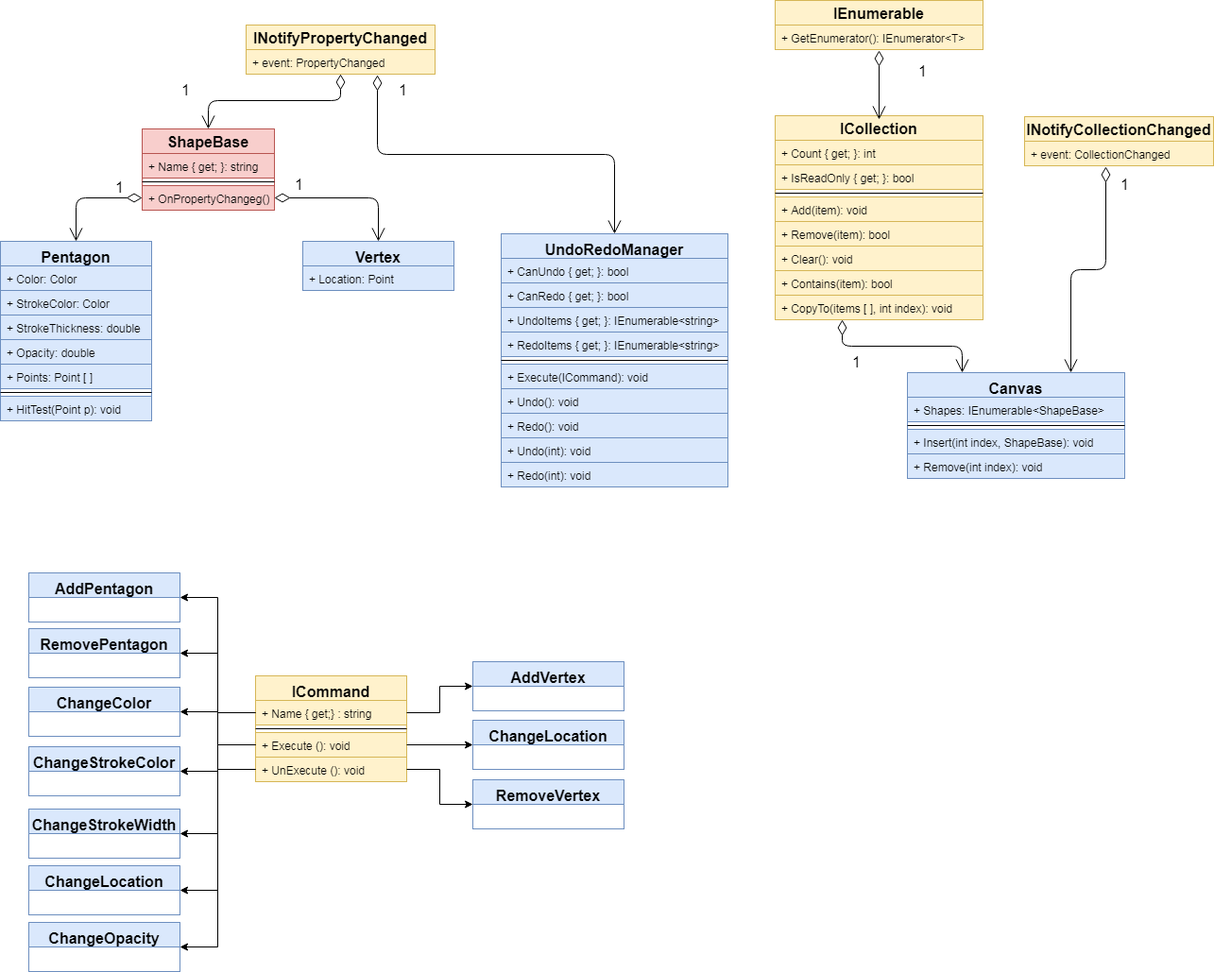
Earlier version of the draw.io export Images/Task2/uml.png (Lenkelheit/Platform_Of_Corporate_Information_Systems). Source tidied: cells renumbered, new cells last; positions are measured from the earlier drawing's top-left corner, leaving out a move shared by most shapes.
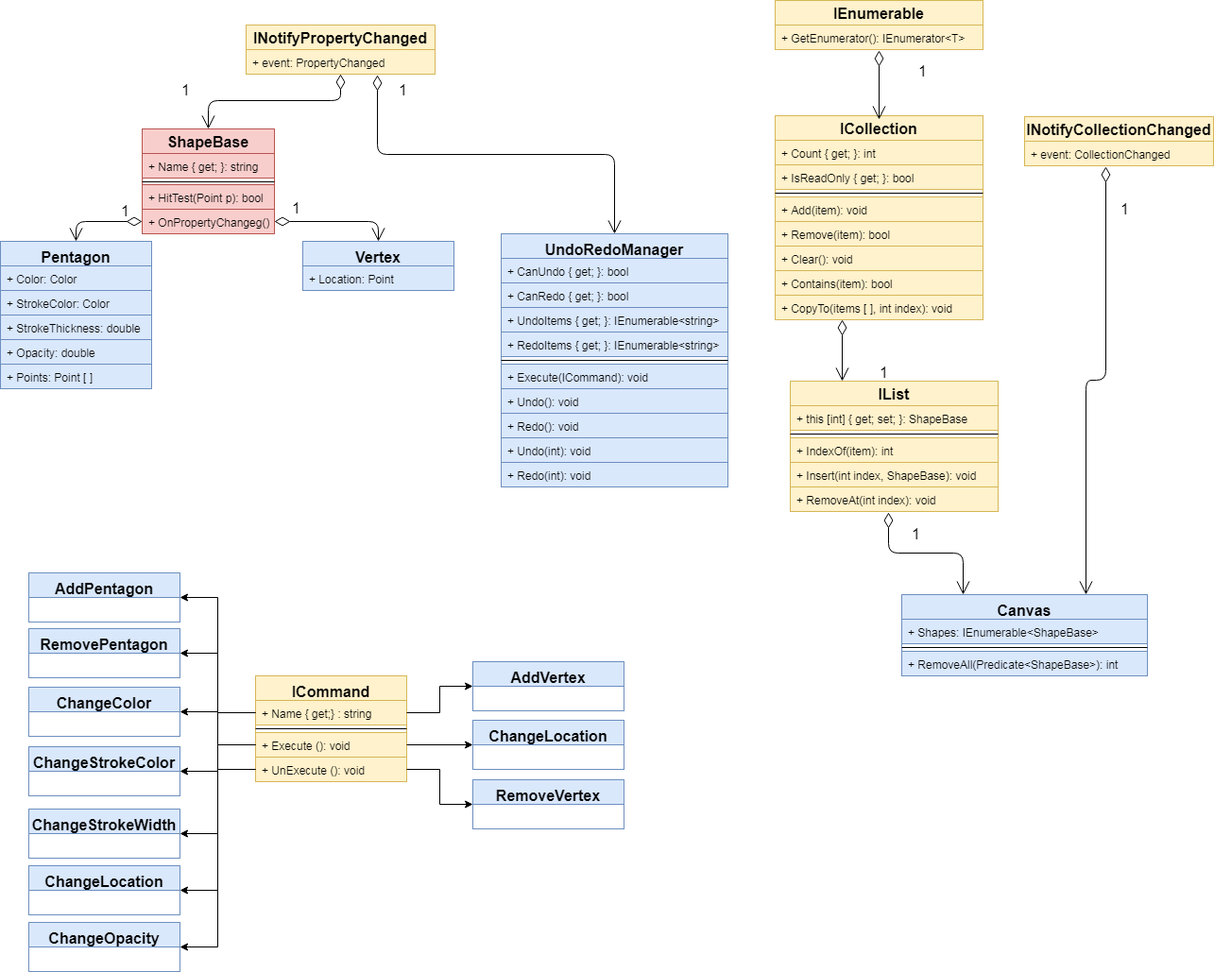
After the commit.

Change to the diagram source:
```diff
@@ -26,10 +26,10 @@
       </mxGeometry>
     </mxCell>
     <mxCell id="8" value="+ OnPropertyChangeg()" style="text;strokeColor=#b85450;fillColor=#f8cecc;align=left;verticalAlign=top;spacingLeft=4;spacingRight=4;overflow=hidden;points=[[0,0.5],[1,0.5]];portConstraint=eastwest;" parent="1" vertex="1">
-      <mxGeometry x="150" y="196" width="140" height="26" as="geometry" />
+      <mxGeometry x="150" y="221" width="140" height="26" as="geometry" />
     </mxCell>
     <mxCell id="9" value="Pentagon" style="swimlane;fontStyle=1;align=center;verticalAlign=top;horizontal=1;startSize=26;swimlaneFillColor=#ffffff;strokeColor=#6c8ebf;strokeWidth=1;fontSize=16;fontColor=#000000;fillColor=#dae8fc;" parent="1" vertex="1">
-      <mxGeometry y="255" width="160" height="190" as="geometry" />
+      <mxGeometry y="255" width="160" height="156" as="geometry" />
     </mxCell>
     <mxCell id="10" value="+ Color: Color" style="text;strokeColor=#6c8ebf;fillColor=#dae8fc;align=left;verticalAlign=top;spacingLeft=4;spacingRight=4;overflow=hidden;" parent="9" vertex="1">
       <mxGeometry y="26" width="160" height="26" as="geometry" />
@@ -46,12 +46,6 @@
     <mxCell id="14" value="+ Points: Point [ ]" style="text;strokeColor=#6c8ebf;fillColor=#dae8fc;align=left;verticalAlign=top;spacingLeft=4;spacingRight=4;overflow=hidden;" parent="9" vertex="1">
       <mxGeometry y="130" width="160" height="26" as="geometry" />
     </mxCell>
-    <mxCell id="15" style="line;strokeWidth=1;fillColor=none;align=left;verticalAlign=middle;spacingTop=-1;spacingLeft=3;spacingRight=3;labelPosition=right;" parent="9" vertex="1">
-      <mxGeometry y="156" width="160" height="8" as="geometry" />
-    </mxCell>
-    <mxCell id="16" value="+ HitTest(Point p): void" style="text;strokeColor=#6c8ebf;fillColor=#dae8fc;align=left;verticalAlign=top;spacingLeft=4;spacingRight=4;overflow=hidden;" parent="9" vertex="1">
-      <mxGeometry y="164" width="160" height="26" as="geometry" />
-    </mxCell>
     <mxCell id="17" value="Vertex" style="swimlane;fontStyle=1;align=center;verticalAlign=top;horizontal=1;startSize=26;swimlaneFillColor=#ffffff;strokeColor=#6c8ebf;strokeWidth=1;fontSize=16;fontColor=#000000;fillColor=#dae8fc;" parent="1" vertex="1">
       <mxGeometry x="320" y="255" width="160" height="52" as="geometry" />
     </mxCell>
@@ -145,24 +139,21 @@
       <mxGeometry y="26" width="200" height="26" as="geometry" />
     </mxCell>
     <mxCell id="47" value="Canvas" style="swimlane;fontStyle=1;align=center;verticalAlign=top;horizontal=1;startSize=26;swimlaneFillColor=#ffffff;strokeColor=#6c8ebf;strokeWidth=1;fontSize=16;fontColor=#000000;fillColor=#dae8fc;" parent="1" vertex="1">
-      <mxGeometry x="960" y="394" width="230" height="112" as="geometry" />
+      <mxGeometry x="954" y="629" width="260" height="86" as="geometry" />
     </mxCell>
     <mxCell id="48" value="+ Shapes: IEnumerable&lt;ShapeBase&gt;" style="text;strokeColor=#6c8ebf;fillColor=#dae8fc;align=left;verticalAlign=top;spacingLeft=4;spacingRight=4;overflow=hidden;" parent="47" vertex="1">
-      <mxGeometry y="26" width="230" height="26" as="geometry" />
+      <mxGeometry y="26" width="260" height="26" as="geometry" />
     </mxCell>
     <mxCell id="49" style="line;strokeWidth=1;fillColor=none;align=left;verticalAlign=middle;spacingTop=-1;spacingLeft=3;spacingRight=3;labelPosition=right;" parent="47" vertex="1">
-      <mxGeometry y="52" width="230" height="8" as="geometry" />
+      <mxGeometry y="52" width="260" height="8" as="geometry" />
     </mxCell>
-    <mxCell id="50" value="+ Insert(int index, ShapeBase): void" style="text;strokeColor=#6c8ebf;fillColor=#dae8fc;align=left;verticalAlign=top;spacingLeft=4;spacingRight=4;overflow=hidden;" parent="47" vertex="1">
-      <mxGeometry y="60" width="230" height="26" as="geometry" />
+    <mxCell id="50" value="+ RemoveAll(Predicate&lt;ShapeBase&gt;): int" style="text;strokeColor=#6c8ebf;fillColor=#dae8fc;align=left;verticalAlign=top;spacingLeft=4;spacingRight=4;overflow=hidden;" parent="47" vertex="1">
+      <mxGeometry y="60" width="260" height="26" as="geometry" />
     </mxCell>
-    <mxCell id="51" value="+ Remove(int index): void" style="text;strokeColor=#6c8ebf;fillColor=#dae8fc;align=left;verticalAlign=top;spacingLeft=4;spacingRight=4;overflow=hidden;" parent="47" vertex="1">
-      <mxGeometry y="86" width="230" height="26" as="geometry" />
-    </mxCell>
     <mxCell id="52" value="1" style="endArrow=open;html=1;endSize=12;startArrow=diamondThin;startSize=14;startFill=0;edgeStyle=orthogonalEdgeStyle;align=left;verticalAlign=bottom;fontSize=16;fontColor=#000000;exitX=0.43;exitY=1.038;exitPerimeter=0;entryX=0.75;entryY=0;" parent="1" edge="1" source="46" target="47">
       <mxGeometry x="-0.76" y="14" relative="1" as="geometry" />
     </mxCell>
-    <mxCell id="53" value="1" style="endArrow=open;html=1;endSize=12;startArrow=diamondThin;startSize=14;startFill=0;edgeStyle=orthogonalEdgeStyle;align=left;verticalAlign=bottom;fontSize=16;fontColor=#000000;entryX=0.25;entryY=0;exitX=0.323;exitY=1;exitPerimeter=0;" parent="1" edge="1" source="43" target="47">
+    <mxCell id="53" value="1" style="endArrow=open;html=1;endSize=12;startArrow=diamondThin;startSize=14;startFill=0;edgeStyle=orthogonalEdgeStyle;align=left;verticalAlign=bottom;fontSize=16;fontColor=#000000;entryX=0.25;entryY=0;exitX=0.323;exitY=1;exitPerimeter=0;" parent="1" edge="1" source="43" target="79">
       <mxGeometry x="-0.69" y="29" relative="1" as="geometry">
         <mxPoint x="9" y="57" as="offset" />
       </mxGeometry>
@@ -242,5 +233,29 @@
     <mxCell id="78" style="edgeStyle=orthogonalEdgeStyle;rounded=0;html=1;exitX=0;exitY=0.5;entryX=1;entryY=0.5;jettySize=auto;fontSize=16;fontColor=#000000;" parent="1" edge="1" source="58" target="65">
       <mxGeometry relative="1" as="geometry" />
     </mxCell>
+    <mxCell id="79" value="IList" style="swimlane;fontStyle=1;horizontal=1;startSize=26;fillColor=#fff2cc;swimlaneFillColor=#ffffff;strokeColor=#d6b656;strokeWidth=1;fontSize=16;fontColor=#000000;" parent="1" vertex="1">
+      <mxGeometry x="836" y="403" width="220" height="138" as="geometry" />
+    </mxCell>
+    <mxCell id="80" value="+ this [int] { get; set; }: ShapeBase" style="text;strokeColor=#d6b656;fillColor=#fff2cc;align=left;verticalAlign=top;spacingLeft=4;spacingRight=4;overflow=hidden;" parent="79" vertex="1">
+      <mxGeometry y="26" width="220" height="26" as="geometry" />
+    </mxCell>
+    <mxCell id="81" style="line;strokeWidth=1;fillColor=none;align=left;verticalAlign=middle;spacingTop=-1;spacingLeft=3;spacingRight=3;labelPosition=right;fontSize=16;fontColor=#000000;" parent="79" vertex="1">
+      <mxGeometry y="52" width="220" height="8" as="geometry" />
+    </mxCell>
+    <mxCell id="82" value="+ IndexOf(item): int" style="text;strokeColor=#d6b656;fillColor=#fff2cc;align=left;verticalAlign=top;spacingLeft=4;spacingRight=4;overflow=hidden;" parent="79" vertex="1">
+      <mxGeometry y="60" width="220" height="26" as="geometry" />
+    </mxCell>
+    <mxCell id="83" value="+ Insert(int index, ShapeBase): void" style="text;strokeColor=#d6b656;fillColor=#fff2cc;align=left;verticalAlign=top;spacingLeft=4;spacingRight=4;overflow=hidden;" parent="79" vertex="1">
+      <mxGeometry y="86" width="220" height="26" as="geometry" />
+    </mxCell>
+    <mxCell id="84" value="+ RemoveAt(int index): void" style="text;strokeColor=#d6b656;fillColor=#fff2cc;align=left;verticalAlign=top;spacingLeft=4;spacingRight=4;overflow=hidden;points=[[0,0.5],[1,0.5]];portConstraint=eastwest;" parent="79" vertex="1">
+      <mxGeometry y="112" width="220" height="26" as="geometry" />
+    </mxCell>
+    <mxCell id="85" value="1" style="endArrow=open;html=1;endSize=12;startArrow=diamondThin;startSize=14;startFill=0;edgeStyle=orthogonalEdgeStyle;align=left;verticalAlign=bottom;fontSize=16;fontColor=#000000;exitX=0.473;exitY=1.038;exitPerimeter=0;entryX=0.25;entryY=0;" parent="1" edge="1" source="84" target="47">
+      <mxGeometry x="-0.21" y="9" relative="1" as="geometry" />
+    </mxCell>
+    <mxCell id="86" value="+ HitTest(Point p): bool" style="text;strokeColor=#b85450;fillColor=#f8cecc;align=left;verticalAlign=top;spacingLeft=4;spacingRight=4;overflow=hidden;" parent="1" vertex="1">
+      <mxGeometry x="150" y="195" width="140" height="26" as="geometry" />
+    </mxCell>
   </root>
 </mxGraphModel>
```
